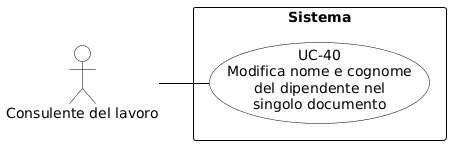
This is RTB/Analisi dei Requisiti/diagrammi_use_case/UC-40.png from aLittleByte-19/Documentazione, a PlantUML export, as it was before one commit.
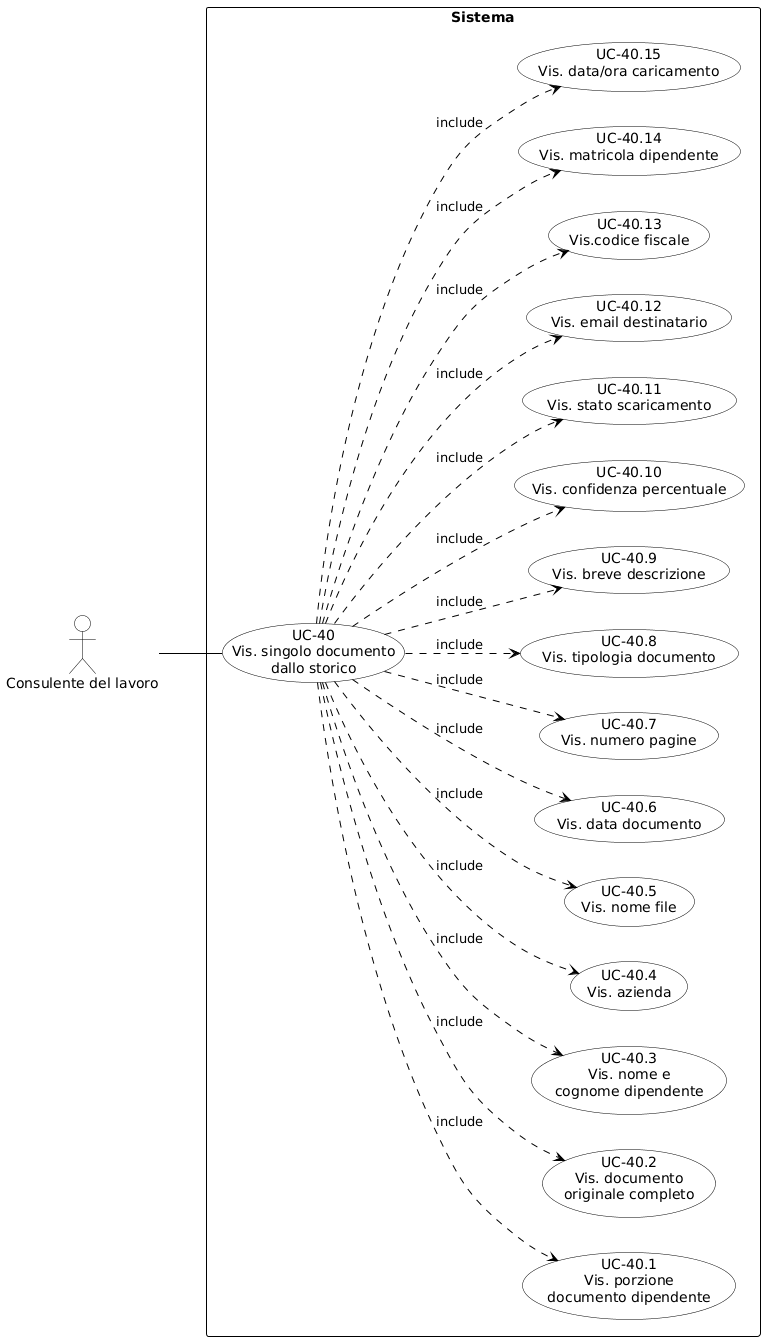
After the commit.

Diff of the diagram source:
```diff
@@ -2,8 +2,6 @@
 skinparam shadowing false
 skinparam defaultFontName Arial
 left to right direction
-skinparam nodesep 15
-skinparam ranksep 50
 
 skinparam usecase {
     BackgroundColor white
@@ -19,11 +17,43 @@
     FontStyle bold
 }
 
-actor "Consulente del lavoro" as CL
+actor "Consulente del lavoro" as cdl
 
 rectangle "Sistema" {
-    usecase "UC-40\nModifica nome e cognome\ndel dipendente nel\nsingolo documento" as UC40
+    usecase "UC-40\nVis. singolo documento\ndallo storico" as UC40
+
+    usecase "UC-40.1\nVis. porzione\ndocumento dipendente" as UC40_1
+    usecase "UC-40.2\nVis. documento\noriginale completo" as UC40_2
+    usecase "UC-40.3\nVis. nome e\ncognome dipendente" as UC40_3
+    usecase "UC-40.4\nVis. azienda" as UC40_4
+    usecase "UC-40.5\nVis. nome file" as UC40_5
+    usecase "UC-40.6\nVis. data documento" as UC40_6
+    usecase "UC-40.7\nVis. numero pagine" as UC40_7
+    usecase "UC-40.8\nVis. tipologia documento" as UC40_8
+    usecase "UC-40.9\nVis. breve descrizione" as UC40_9
+    usecase "UC-40.10\nVis. confidenza percentuale" as UC40_10
+    usecase "UC-40.11\nVis. stato scaricamento" as UC40_11
+    usecase "UC-40.12\nVis. email destinatario" as UC40_12
+    usecase "UC-40.13\nVis.codice fiscale" as UC40_13
+    usecase "UC-40.14\nVis. matricola dipendente" as UC40_14
+    usecase "UC-40.15\nVis. data/ora caricamento" as UC40_15
+
+    UC40 .down.> UC40_1 : «include»
+    UC40 .down.> UC40_2 : «include»
+    UC40 .down.> UC40_3 : «include»
+    UC40 .down.> UC40_4 : «include»
+    UC40 .down.> UC40_5 : «include»
+    UC40 .down.> UC40_6 : «include»
+    UC40 .down.> UC40_7 : «include»
+    UC40 .down.> UC40_8 : «include»
+    UC40 .down.> UC40_9 : «include»
+    UC40 .down.> UC40_10 : «include»
+    UC40 .down.> UC40_11 : «include»
+    UC40 .down.> UC40_12 : «include»
+    UC40 .down.> UC40_13 : «include»
+    UC40 .down.> UC40_14 : «include»
+    UC40 .down.> UC40_15 : «include»
 }
 
-CL -- UC40
+cdl -- UC40
 @enduml
```
